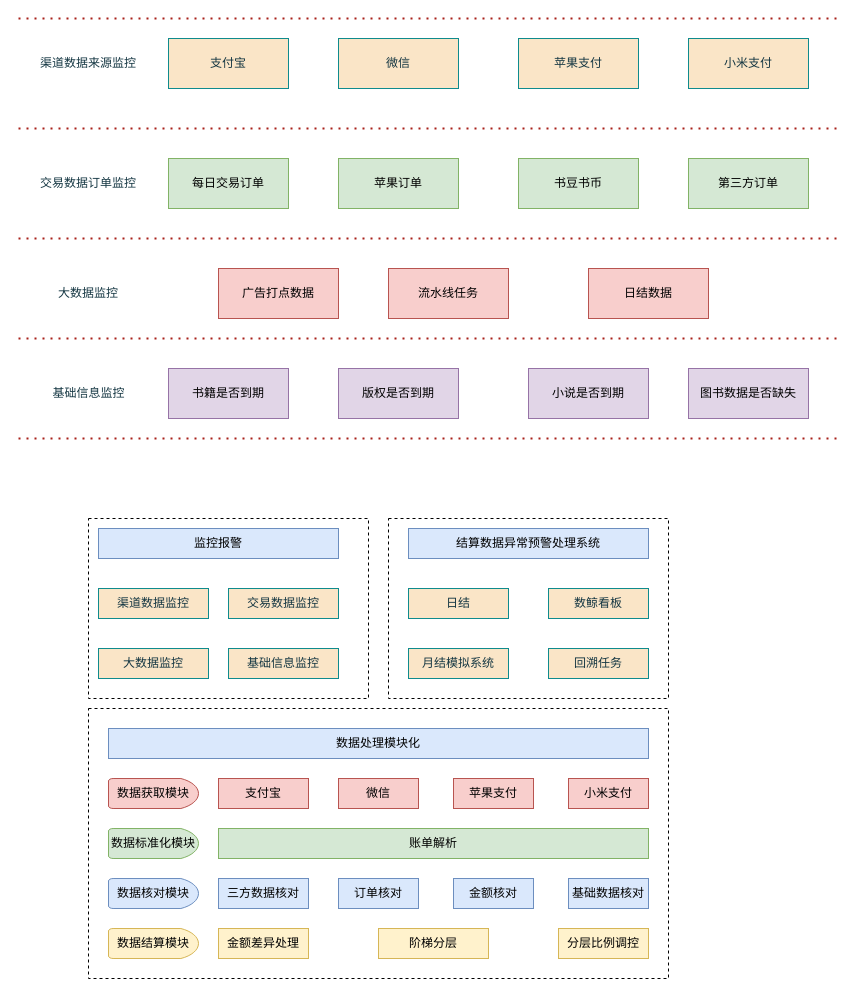
The draw.io diagram 对账体系.drawio in Floweryu/my-diagrams, before the edit. Source tidied: cells renumbered, new cells numbered last; positions are measured from the earlier drawing's top-left corner, leaving out a move shared by most shapes. Both pictures are drawn from the tidied source at 100%, with x=0, y=0 at pixel (18, 18).
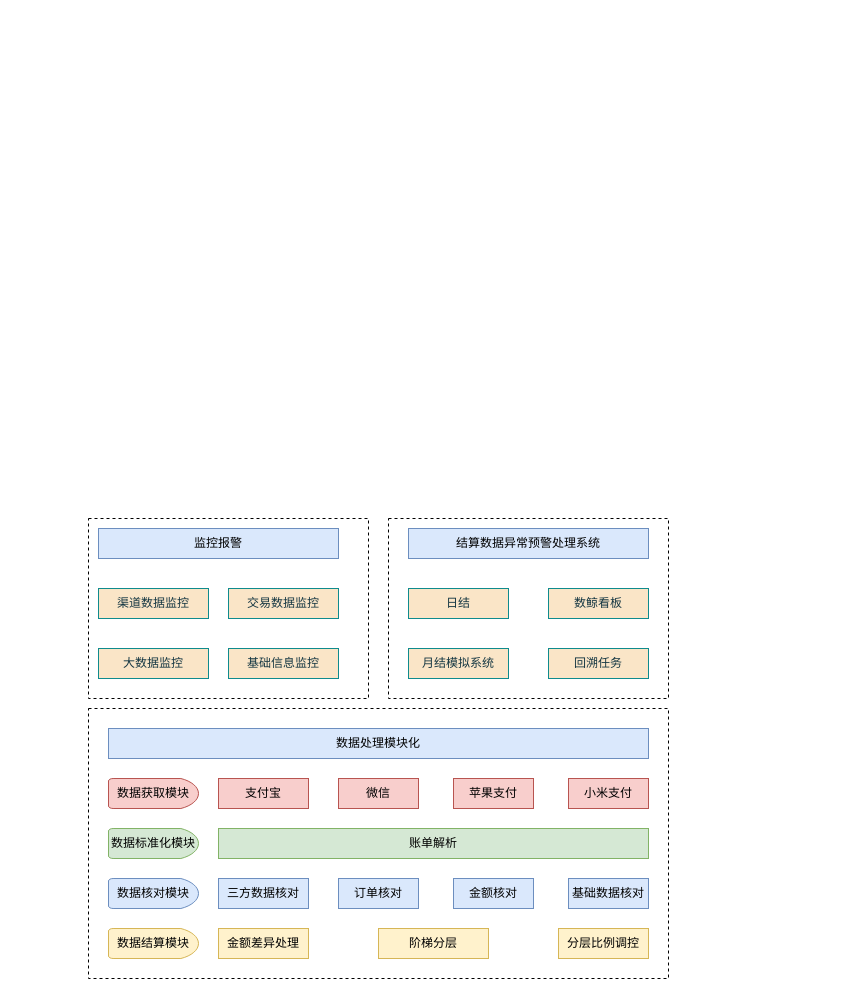
The same page after the edit.

Commit message (it also covers changes not shown here):
更新对账体系.drawio

Diff of the diagram source:
```diff
@@
-    <mxCell id="5" value="支付宝" style="rounded=0;whiteSpace=wrap;html=1;strokeColor=#0F8B8D;fontColor=#143642;fillColor=#FAE5C7;" parent="1" vertex="1">
-      <mxGeometry x="150" y="20" width="120" height="50" as="geometry" />
-    </mxCell>
-    <mxCell id="6" value="微信" style="rounded=0;whiteSpace=wrap;html=1;strokeColor=#0F8B8D;fontColor=#143642;fillColor=#FAE5C7;" parent="1" vertex="1">
-      <mxGeometry x="320" y="20" width="120" height="50" as="geometry" />
-    </mxCell>
-    <mxCell id="7" value="苹果支付" style="rounded=0;whiteSpace=wrap;html=1;strokeColor=#0F8B8D;fontColor=#143642;fillColor=#FAE5C7;" parent="1" vertex="1">
-      <mxGeometry x="500" y="20" width="120" height="50" as="geometry" />
-    </mxCell>
-    <mxCell id="8" value="小米支付" style="rounded=0;whiteSpace=wrap;html=1;strokeColor=#0F8B8D;fontColor=#143642;fillColor=#FAE5C7;" parent="1" vertex="1">
-      <mxGeometry x="670" y="20" width="120" height="50" as="geometry" />
-    </mxCell>
-    <mxCell id="9" value="渠道数据来源监控" style="text;html=1;strokeColor=none;fillColor=none;align=center;verticalAlign=middle;whiteSpace=wrap;rounded=0;fontColor=#143642;" parent="1" vertex="1">
-      <mxGeometry x="20" y="30" width="100" height="30" as="geometry" />
-    </mxCell>
-    <mxCell id="10" value="每日交易订单" style="rounded=0;whiteSpace=wrap;html=1;strokeColor=#82b366;fillColor=#d5e8d4;" parent="1" vertex="1">
-      <mxGeometry x="150" y="140" width="120" height="50" as="geometry" />
-    </mxCell>
-    <mxCell id="11" value="苹果订单" style="rounded=0;whiteSpace=wrap;html=1;strokeColor=#82b366;fillColor=#d5e8d4;" parent="1" vertex="1">
-      <mxGeometry x="320" y="140" width="120" height="50" as="geometry" />
-    </mxCell>
-    <mxCell id="12" value="书豆书币" style="rounded=0;whiteSpace=wrap;html=1;strokeColor=#82b366;fillColor=#d5e8d4;" parent="1" vertex="1">
-      <mxGeometry x="500" y="140" width="120" height="50" as="geometry" />
-    </mxCell>
-    <mxCell id="13" value="交易数据订单监控" style="text;html=1;strokeColor=none;fillColor=none;align=center;verticalAlign=middle;whiteSpace=wrap;rounded=0;fontColor=#143642;" parent="1" vertex="1">
-      <mxGeometry x="20" y="150" width="100" height="30" as="geometry" />
-    </mxCell>
-    <mxCell id="14" value="第三方订单" style="rounded=0;whiteSpace=wrap;html=1;strokeColor=#82b366;fillColor=#d5e8d4;" parent="1" vertex="1">
-      <mxGeometry x="670" y="140" width="120" height="50" as="geometry" />
-    </mxCell>
-    <mxCell id="15" value="广告打点数据" style="rounded=0;whiteSpace=wrap;html=1;strokeColor=#b85450;fillColor=#f8cecc;" parent="1" vertex="1">
-      <mxGeometry x="200" y="250" width="120" height="50" as="geometry" />
-    </mxCell>
-    <mxCell id="16" value="流水线任务" style="rounded=0;whiteSpace=wrap;html=1;strokeColor=#b85450;fillColor=#f8cecc;" parent="1" vertex="1">
-      <mxGeometry x="370" y="250" width="120" height="50" as="geometry" />
-    </mxCell>
-    <mxCell id="17" value="大数据监控" style="text;html=1;strokeColor=none;fillColor=none;align=center;verticalAlign=middle;whiteSpace=wrap;rounded=0;fontColor=#143642;" parent="1" vertex="1">
-      <mxGeometry x="20" y="260" width="100" height="30" as="geometry" />
-    </mxCell>
-    <mxCell id="18" value="书籍是否到期" style="rounded=0;whiteSpace=wrap;html=1;strokeColor=#9673a6;fillColor=#e1d5e7;" parent="1" vertex="1">
-      <mxGeometry x="150" y="350" width="120" height="50" as="geometry" />
-    </mxCell>
-    <mxCell id="19" value="版权是否到期" style="rounded=0;whiteSpace=wrap;html=1;strokeColor=#9673a6;fillColor=#e1d5e7;" parent="1" vertex="1">
-      <mxGeometry x="320" y="350" width="120" height="50" as="geometry" />
-    </mxCell>
-    <mxCell id="20" value="小说是否到期" style="rounded=0;whiteSpace=wrap;html=1;strokeColor=#9673a6;fillColor=#e1d5e7;" parent="1" vertex="1">
-      <mxGeometry x="510" y="350" width="120" height="50" as="geometry" />
-    </mxCell>
-    <mxCell id="21" value="日结数据" style="rounded=0;whiteSpace=wrap;html=1;strokeColor=#b85450;fillColor=#f8cecc;" parent="1" vertex="1">
-      <mxGeometry x="570" y="250" width="120" height="50" as="geometry" />
-    </mxCell>
-    <mxCell id="22" value="基础信息监控" style="text;html=1;align=center;verticalAlign=middle;strokeColor=none;fillColor=none;fontColor=#143642;" parent="1" vertex="1">
-      <mxGeometry x="20" y="360" width="100" height="30" as="geometry" />
-    </mxCell>
-    <mxCell id="23" value="图书数据是否缺失" style="rounded=0;whiteSpace=wrap;html=1;strokeColor=#9673a6;fillColor=#e1d5e7;" parent="1" vertex="1">
-      <mxGeometry x="670" y="350" width="120" height="50" as="geometry" />
-    </mxCell>
-    <mxCell id="24" style="endArrow=none;dashed=1;html=1;dashPattern=1 3;strokeWidth=2;rounded=0;strokeColor=#A8201A;fontColor=#143642;fillColor=#FAE5C7;" parent="1" edge="1">
-      <mxGeometry relative="1" as="geometry">
-        <mxPoint y="110" as="sourcePoint" />
-        <mxPoint x="820" y="110" as="targetPoint" />
-      </mxGeometry>
-    </mxCell>
-    <mxCell id="25" style="endArrow=none;dashed=1;html=1;dashPattern=1 3;strokeWidth=2;rounded=0;strokeColor=#A8201A;fontColor=#143642;fillColor=#FAE5C7;" parent="1" edge="1">
-      <mxGeometry relative="1" as="geometry">
-        <mxPoint y="220" as="sourcePoint" />
-        <mxPoint x="820" y="220" as="targetPoint" />
-      </mxGeometry>
-    </mxCell>
-    <mxCell id="26" style="endArrow=none;dashed=1;html=1;dashPattern=1 3;strokeWidth=2;rounded=0;strokeColor=#A8201A;fontColor=#143642;fillColor=#FAE5C7;" parent="1" edge="1">
-      <mxGeometry relative="1" as="geometry">
-        <mxPoint y="320" as="sourcePoint" />
-        <mxPoint x="820" y="320" as="targetPoint" />
-      </mxGeometry>
-    </mxCell>
-    <mxCell id="27" style="endArrow=none;dashed=1;html=1;dashPattern=1 3;strokeWidth=2;rounded=0;strokeColor=#A8201A;fontColor=#143642;fillColor=#FAE5C7;" parent="1" edge="1">
-      <mxGeometry relative="1" as="geometry">
-        <mxPoint y="420" as="sourcePoint" />
-        <mxPoint x="820" y="420" as="targetPoint" />
-      </mxGeometry>
-    </mxCell>
-    <mxCell id="28" style="endArrow=none;dashed=1;html=1;dashPattern=1 3;strokeWidth=2;rounded=0;strokeColor=#A8201A;fontColor=#143642;fillColor=#FAE5C7;" parent="1" edge="1">
-      <mxGeometry relative="1" as="geometry">
-        <mxPoint as="sourcePoint" />
-        <mxPoint x="820" as="targetPoint" />
-      </mxGeometry>
-    </mxCell>
```
